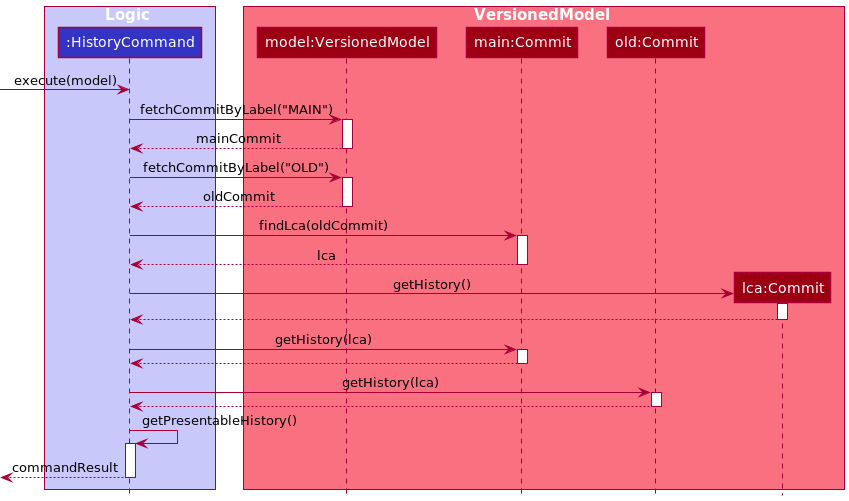
The PlantUML diagram docs/images/dg/logic/commands/historycommand/HistoryCommandSequenceDiagram.png in nus-cs2103-AY2122S1/tp, before a commit. Its diagram source:
```plantuml
@startuml
!include ../../../style.puml

box Logic LOGIC_COLOR_T1
participant ":HistoryCommand" as historyCommand LOGIC_COLOR
end box

box VersionedModel MODEL_COLOR_T1
participant "model:VersionedModel" as versionedModel MODEL_COLOR
participant "main:Commit" as mainCommit MODEL_COLOR
participant "old:Commit" as oldCommit MODEL_COLOR
participant "lca:Commit" as lcaCommit MODEL_COLOR
end box

-> historyCommand: execute(model)
historyCommand -> versionedModel ++ : fetchCommitByLabel("MAIN")
versionedModel --> historyCommand -- : mainCommit
historyCommand -> versionedModel ++ : fetchCommitByLabel("OLD")
versionedModel --> historyCommand -- : oldCommit

historyCommand -> mainCommit ++ : findLca(oldCommit)
mainCommit --> historyCommand -- : lca
create lcaCommit

historyCommand -> lcaCommit ++ : getHistory()
lcaCommit --> historyCommand --

historyCommand -> mainCommit ++ : getHistory(lca)
mainCommit --> historyCommand --

historyCommand -> oldCommit ++ : getHistory(lca)
oldCommit --> historyCommand --

historyCommand -> historyCommand ++ : getPresentableHistory()
<-- historyCommand -- : commandResult
@enduml
```
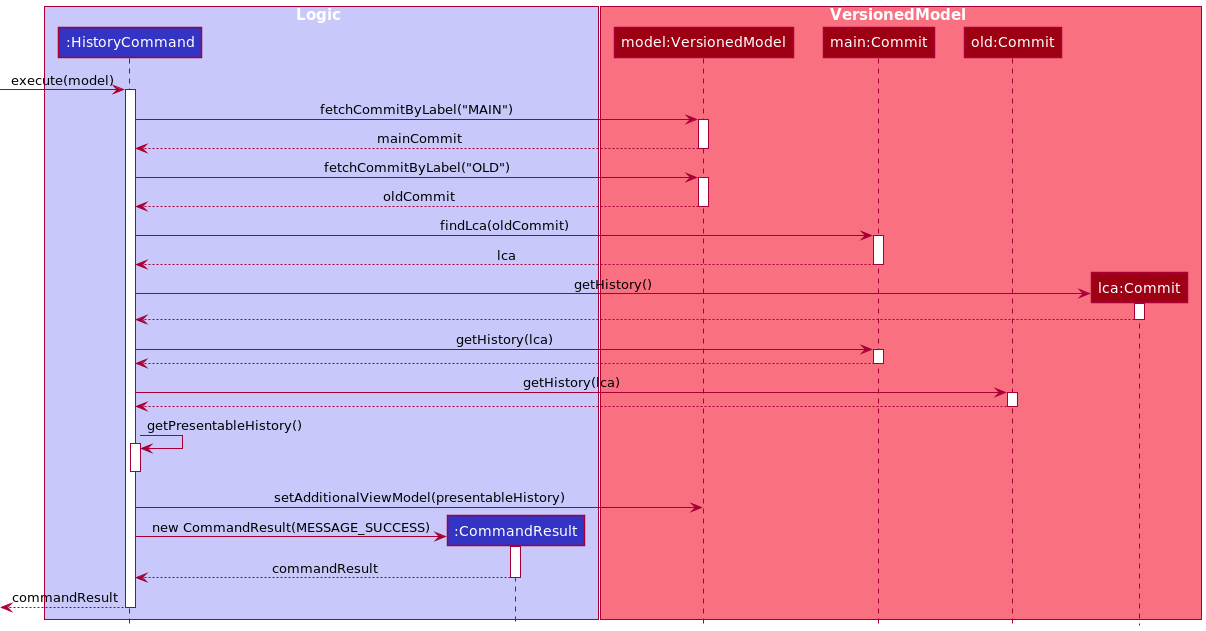
The same diagram one commit later.

The edit, as a diff of the source:
```diff
@@ -3,6 +3,7 @@
 
 box Logic LOGIC_COLOR_T1
 participant ":HistoryCommand" as historyCommand LOGIC_COLOR
+participant ":CommandResult" as commandResult LOGIC_COLOR
 end box
 
 box VersionedModel MODEL_COLOR_T1
@@ -12,7 +13,7 @@
 participant "lca:Commit" as lcaCommit MODEL_COLOR
 end box
 
--> historyCommand: execute(model)
+-> historyCommand ++ : execute(model)
 historyCommand -> versionedModel ++ : fetchCommitByLabel("MAIN")
 versionedModel --> historyCommand -- : mainCommit
 historyCommand -> versionedModel ++ : fetchCommitByLabel("OLD")
@@ -31,6 +32,10 @@
 historyCommand -> oldCommit ++ : getHistory(lca)
 oldCommit --> historyCommand --
 
-historyCommand -> historyCommand ++ : getPresentableHistory()
+historyCommand -> historyCommand ++-- : getPresentableHistory()
+historyCommand -> versionedModel : setAdditionalViewModel(presentableHistory)
+create commandResult
+historyCommand -> commandResult ++ : new CommandResult(MESSAGE_SUCCESS)
+commandResult --> historyCommand -- : commandResult
 <-- historyCommand -- : commandResult
 @enduml
```
